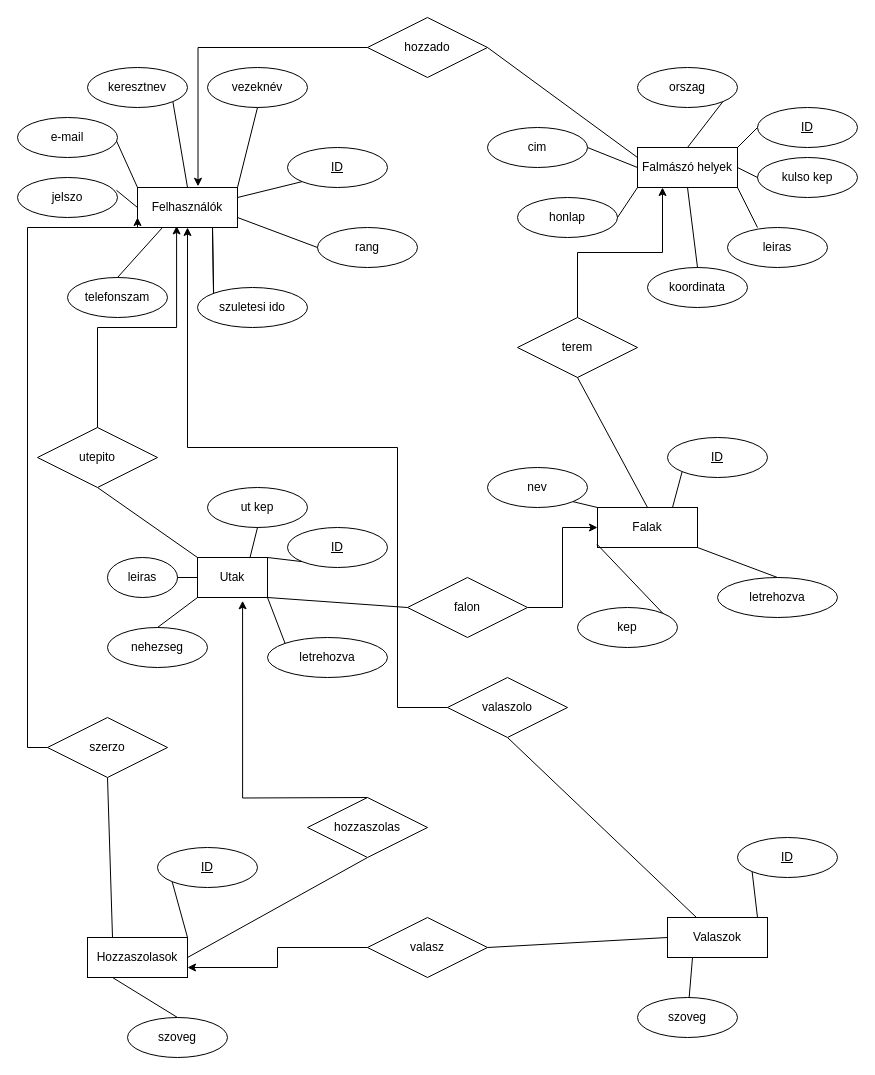
Earlier version of the draw.io diagram docs/db diagram/falmaszasdb_ek.drawio (meszarosmarton1007/szakdolgozatFalmaszas). Source tidied: cells renumbered, new cells numbered last; positions are measured from the earlier drawing's top-left corner, leaving out a move shared by most shapes. Both pictures are drawn from the tidied source at 100%, with x=0, y=0 at pixel (17, 17).
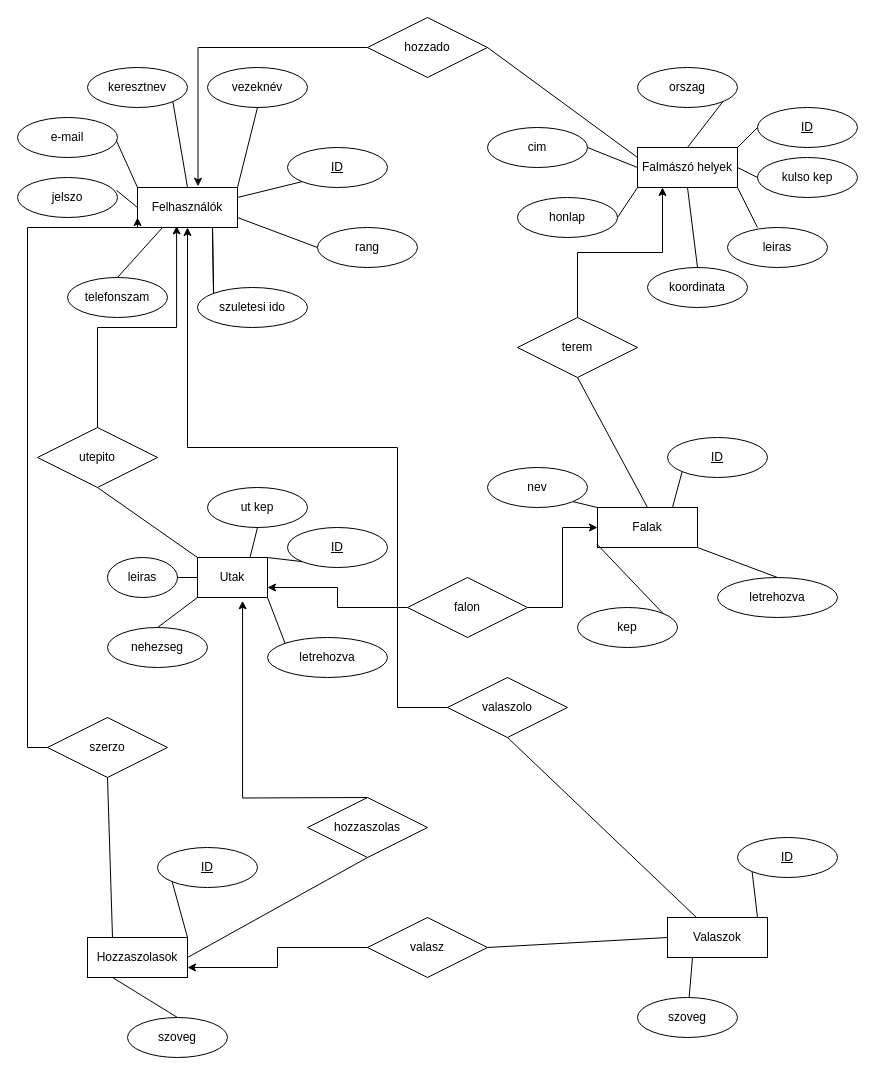
The same diagram, later.

Commit message (it also covers changes not shown here):
Kis változtatás a kapcsolatokban

1:N kapcsolat az utak és a falak tábla között 1:1 kapcsolatra cserélésre

Unchanged cells that the change refers to:
```xml
<mxCell id="26" value="Utak" style="whiteSpace=wrap;html=1;align=center;" parent="1" vertex="1">
  <mxGeometry x="180" y="540" width="70" height="40" as="geometry" />
</mxCell>
<mxCell id="76" value="falon" style="shape=rhombus;perimeter=rhombusPerimeter;whiteSpace=wrap;html=1;align=center;" parent="1" vertex="1">
  <mxGeometry x="390" y="560" width="120" height="60" as="geometry" />
</mxCell>
```

The edit, as a diff of the source:
```diff
@@
-    <mxCell id="53" style="endArrow=none;html=1;rounded=0;exitX=1;exitY=1;exitDx=0;exitDy=0;entryX=0;entryY=0.5;entryDx=0;entryDy=0;" parent="1" edge="1" source="26" target="76">
-      <mxGeometry relative="1" as="geometry" />
-    </mxCell>
@@
+    <mxCell id="89" style="edgeStyle=orthogonalEdgeStyle;rounded=0;jettySize=auto;html=1;entryX=1;entryY=0.75;entryDx=0;entryDy=0;" parent="1" edge="1" source="76" target="26">
+      <mxGeometry relative="1" as="geometry" />
+    </mxCell>
```
